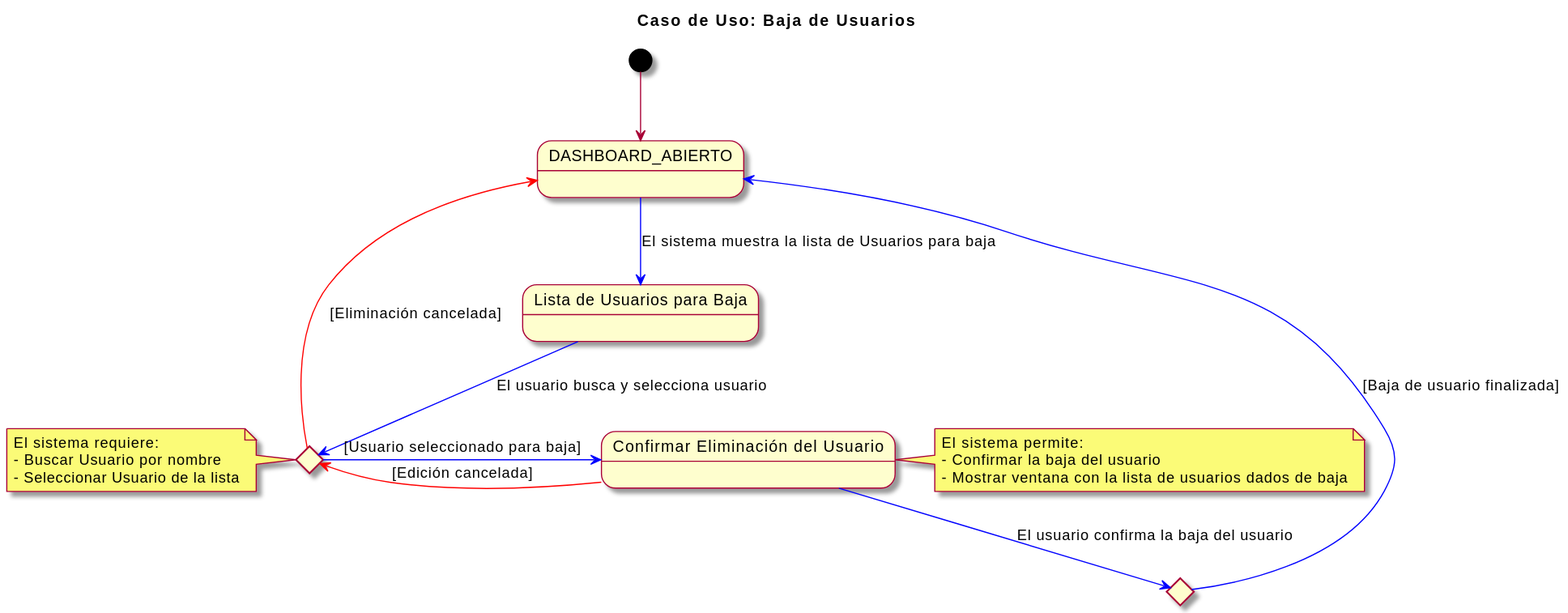
mmasias/23-24-IdSw1-SDR keeps this PlantUML diagram as imagenes/casosDeUso/detalles/darBajaUsuario.svg. Above is the earlier version.
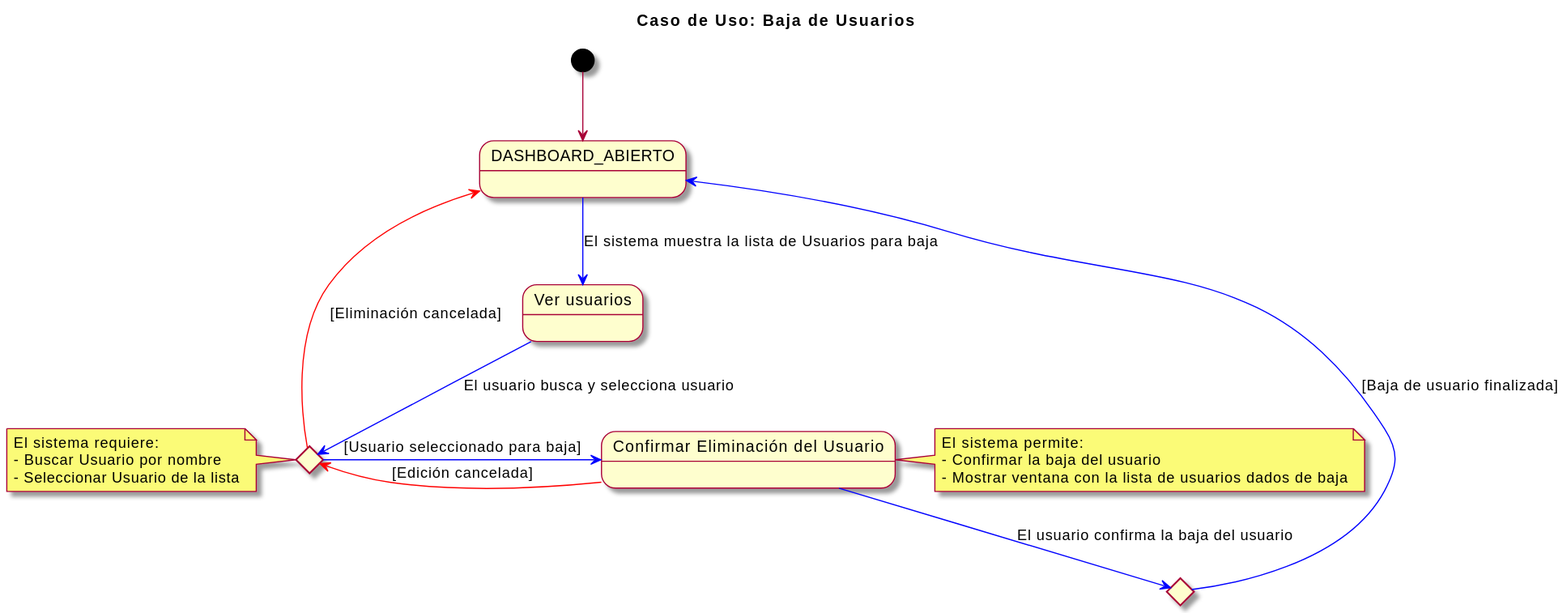
Later version of the same file.

Commit message:
modificar casos de uso crear,editar,y eliminar usuarios y eliminar desplegables del README de casos de uso

What changed in the source:
```diff
@@ -3,7 +3,7 @@
 title Caso de Uso: Baja de Usuarios
 
 state DASHBOARD_ABIERTO as "DASHBOARD_ABIERTO"
-state ListaUsuariosBaja as "Lista de Usuarios para Baja"
+state ListaUsuariosBaja as "Ver usuarios"
 state SeleccionarUsuarioBaja <<choice>>
 state ConfirmarEliminarUsuario as "Confirmar Eliminación del Usuario"
 state BajaUsuarioFinalizada <<choice>>
```
